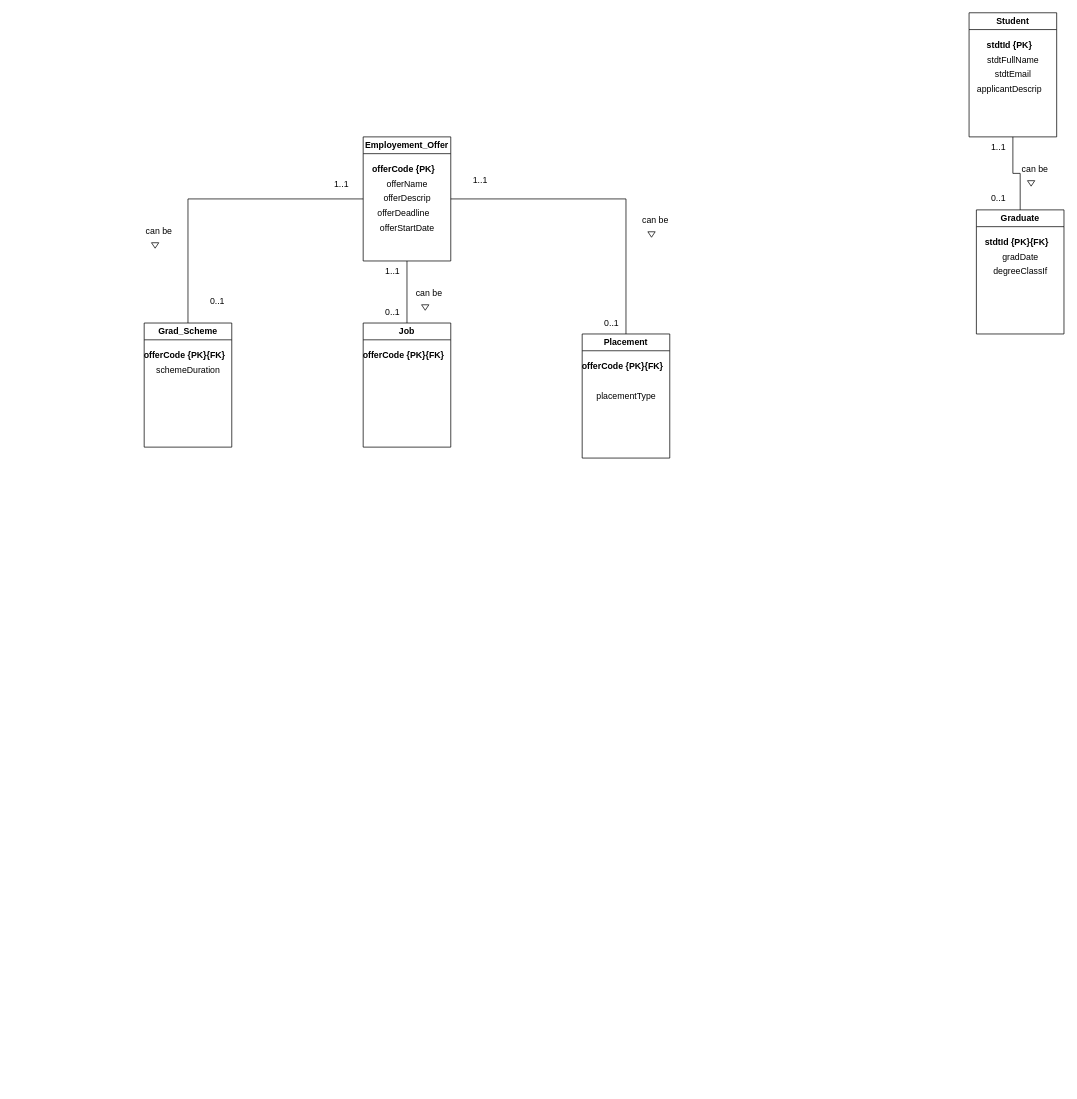
Earlier version of the draw.io diagram futuro-conceptual-erd.drawio (Rumeasiyan/database-systems-IIT-Sri-Lanka). Source tidied: cells renumbered, new cells numbered last; positions are measured from the earlier drawing's top-left corner, leaving out a move shared by most shapes. Both pictures are drawn from the tidied source at 73%, with x=0, y=0 at pixel (137, 12).
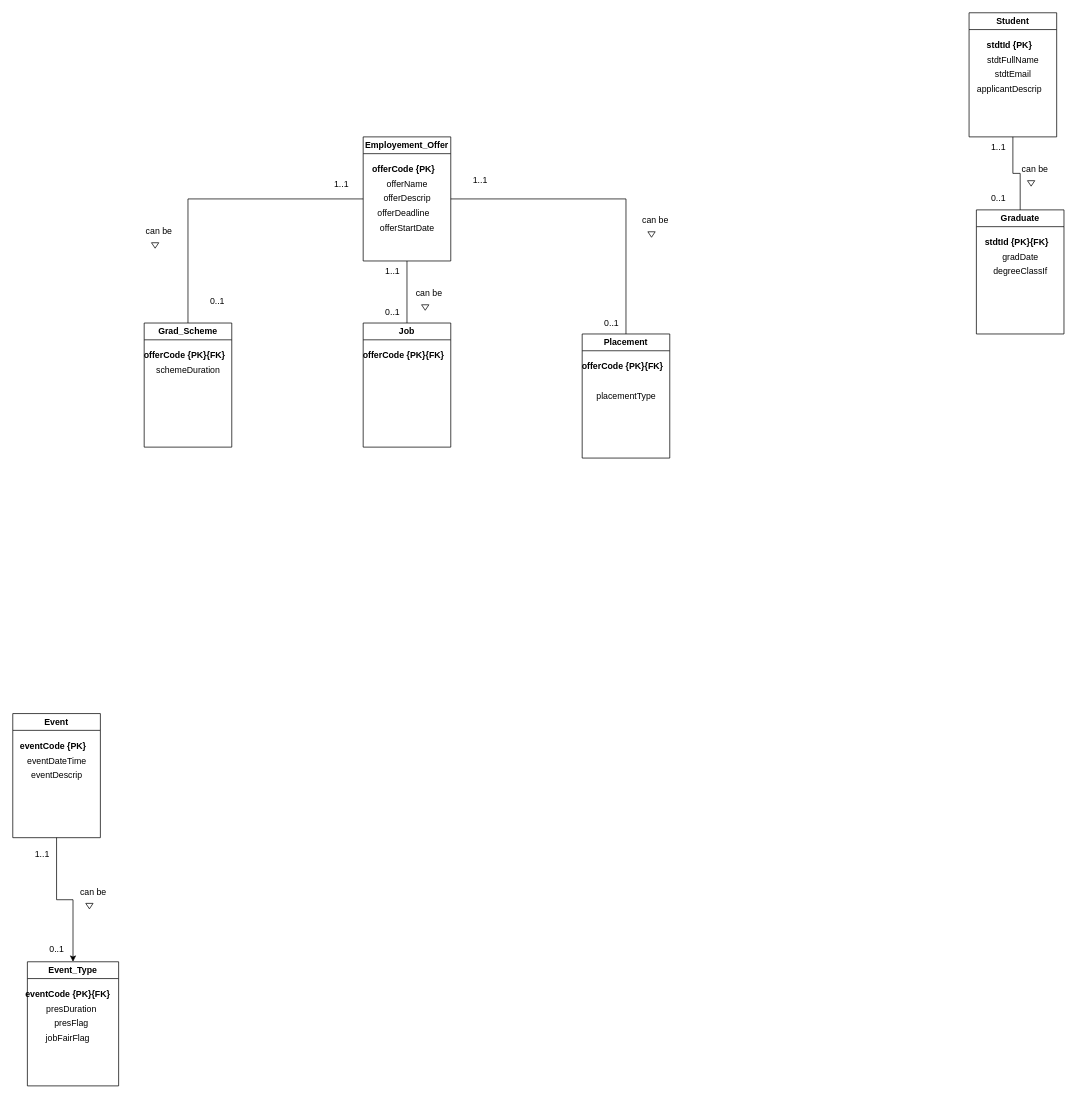
The same page after the edit.

The edit, as a diff of the source:
```diff
@@
+    <mxCell id="45" style="edgeStyle=orthogonalEdgeStyle;rounded=0;jettySize=auto;html=1;exitX=0.5;exitY=1;exitDx=0;exitDy=0;" parent="1" edge="1" source="46" target="50">
+      <mxGeometry relative="1" as="geometry" />
+    </mxCell>
+    <mxCell id="46" value="Event" style="swimlane;whiteSpace=wrap;html=1;" parent="1" vertex="1">
+      <mxGeometry x="-170" y="960" width="120" height="170" as="geometry" />
+    </mxCell>
+    <mxCell id="47" value="&lt;b&gt;eventCode {PK}&lt;/b&gt;" style="text;html=1;align=center;verticalAlign=middle;strokeColor=none;fillColor=none;" parent="46" vertex="1">
+      <mxGeometry y="30" width="110" height="30" as="geometry" />
+    </mxCell>
+    <mxCell id="48" value="eventDateTime" style="text;html=1;align=center;verticalAlign=middle;strokeColor=none;fillColor=none;" parent="46" vertex="1">
+      <mxGeometry x="10" y="50" width="100" height="30" as="geometry" />
+    </mxCell>
+    <mxCell id="49" value="eventDescrip" style="text;html=1;align=center;verticalAlign=middle;strokeColor=none;fillColor=none;" parent="46" vertex="1">
+      <mxGeometry x="15" y="70" width="90" height="30" as="geometry" />
+    </mxCell>
+    <mxCell id="50" value="Event_Type" style="swimlane;whiteSpace=wrap;html=1;" parent="1" vertex="1">
+      <mxGeometry x="-150" y="1300" width="125" height="170" as="geometry" />
+    </mxCell>
+    <mxCell id="51" value="&lt;b&gt;eventCode {PK}{FK}&lt;/b&gt;" style="text;html=1;align=center;verticalAlign=middle;strokeColor=none;fillColor=none;" parent="50" vertex="1">
+      <mxGeometry x="-15" y="30" width="140" height="30" as="geometry" />
+    </mxCell>
+    <mxCell id="52" value="presDuration" style="text;html=1;align=center;verticalAlign=middle;strokeColor=none;fillColor=none;" parent="50" vertex="1">
+      <mxGeometry x="15" y="50" width="90" height="30" as="geometry" />
+    </mxCell>
+    <mxCell id="53" value="presFlag" style="text;html=1;align=center;verticalAlign=middle;strokeColor=none;fillColor=none;" parent="50" vertex="1">
+      <mxGeometry x="25" y="70" width="70" height="30" as="geometry" />
+    </mxCell>
+    <mxCell id="54" value="jobFairFlag" style="text;html=1;align=center;verticalAlign=middle;strokeColor=none;fillColor=none;" parent="50" vertex="1">
+      <mxGeometry x="15" y="90" width="80" height="30" as="geometry" />
+    </mxCell>
+    <mxCell id="55" style="triangle;whiteSpace=wrap;html=1;direction=south;" parent="1" vertex="1">
+      <mxGeometry x="-70" y="1220" width="10" height="7.5" as="geometry" />
+    </mxCell>
+    <mxCell id="56" value="can be" style="text;html=1;align=center;verticalAlign=middle;strokeColor=none;fillColor=none;rotation=0;" parent="1" vertex="1">
+      <mxGeometry x="-90" y="1190" width="60" height="30" as="geometry" />
+    </mxCell>
+    <mxCell id="57" value="1..1" style="text;html=1;align=center;verticalAlign=middle;strokeColor=none;fillColor=none;" parent="1" vertex="1">
+      <mxGeometry x="-150" y="1138" width="40" height="30" as="geometry" />
+    </mxCell>
+    <mxCell id="58" value="0..1" style="text;html=1;align=center;verticalAlign=middle;strokeColor=none;fillColor=none;" parent="1" vertex="1">
+      <mxGeometry x="-130" y="1268" width="40" height="30" as="geometry" />
+    </mxCell>
```
